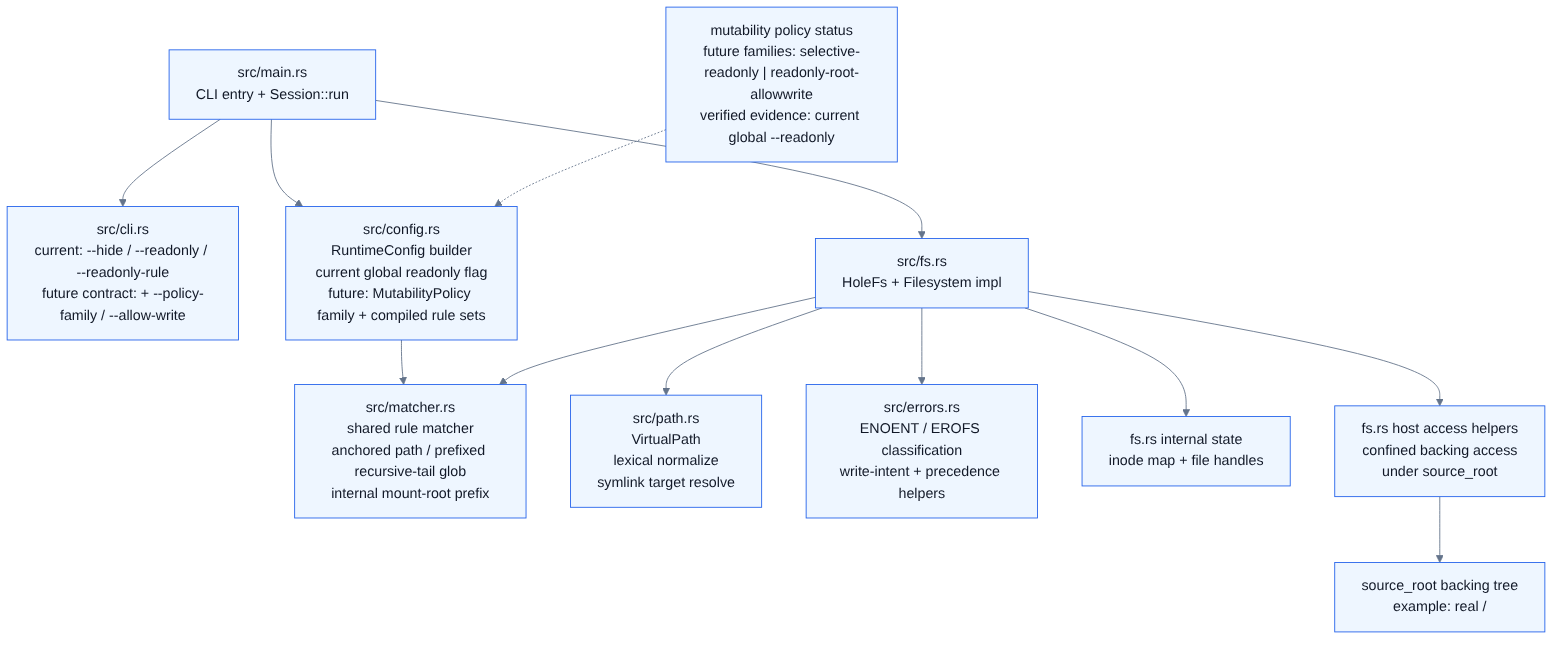
The Mermaid diagram docs/diagrams/module-architecture.png in spi-ca/screenfs, before a commit. Its source is kept beside it as docs/diagrams/module-architecture.mmd.
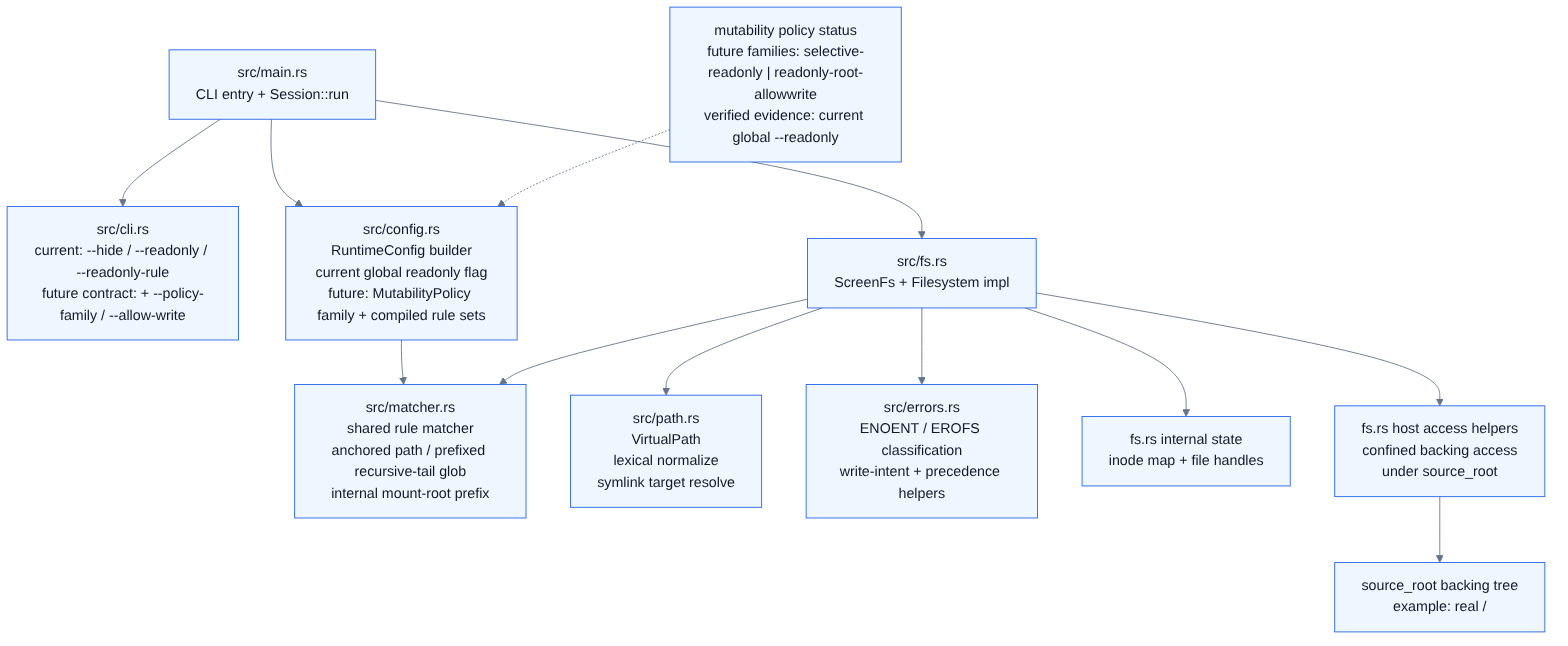
After the change.

The edit, as a diff of the source:
```diff
@@ -2,7 +2,7 @@
     main["src/main.rs\nCLI entry + Session::run"] --> cli["src/cli.rs\ncurrent: --hide / --readonly / --readonly-rule\nfuture contract: + --policy-family / --allow-write"]
     main --> config["src/config.rs\nRuntimeConfig builder\ncurrent global readonly flag\nfuture: MutabilityPolicy family + compiled rule sets"]
     config --> matcher["src/matcher.rs\nshared rule matcher\nanchored path / prefixed recursive-tail glob\ninternal mount-root prefix"]
-    main --> fs["src/fs.rs\nHoleFs + Filesystem impl"]
+    main --> fs["src/fs.rs\nScreenFs + Filesystem impl"]
     fs --> path["src/path.rs\nVirtualPath\nlexical normalize\nsymlink target resolve"]
     fs --> matcher
     fs --> errors["src/errors.rs\nENOENT / EROFS classification\nwrite-intent + precedence helpers"]
```
